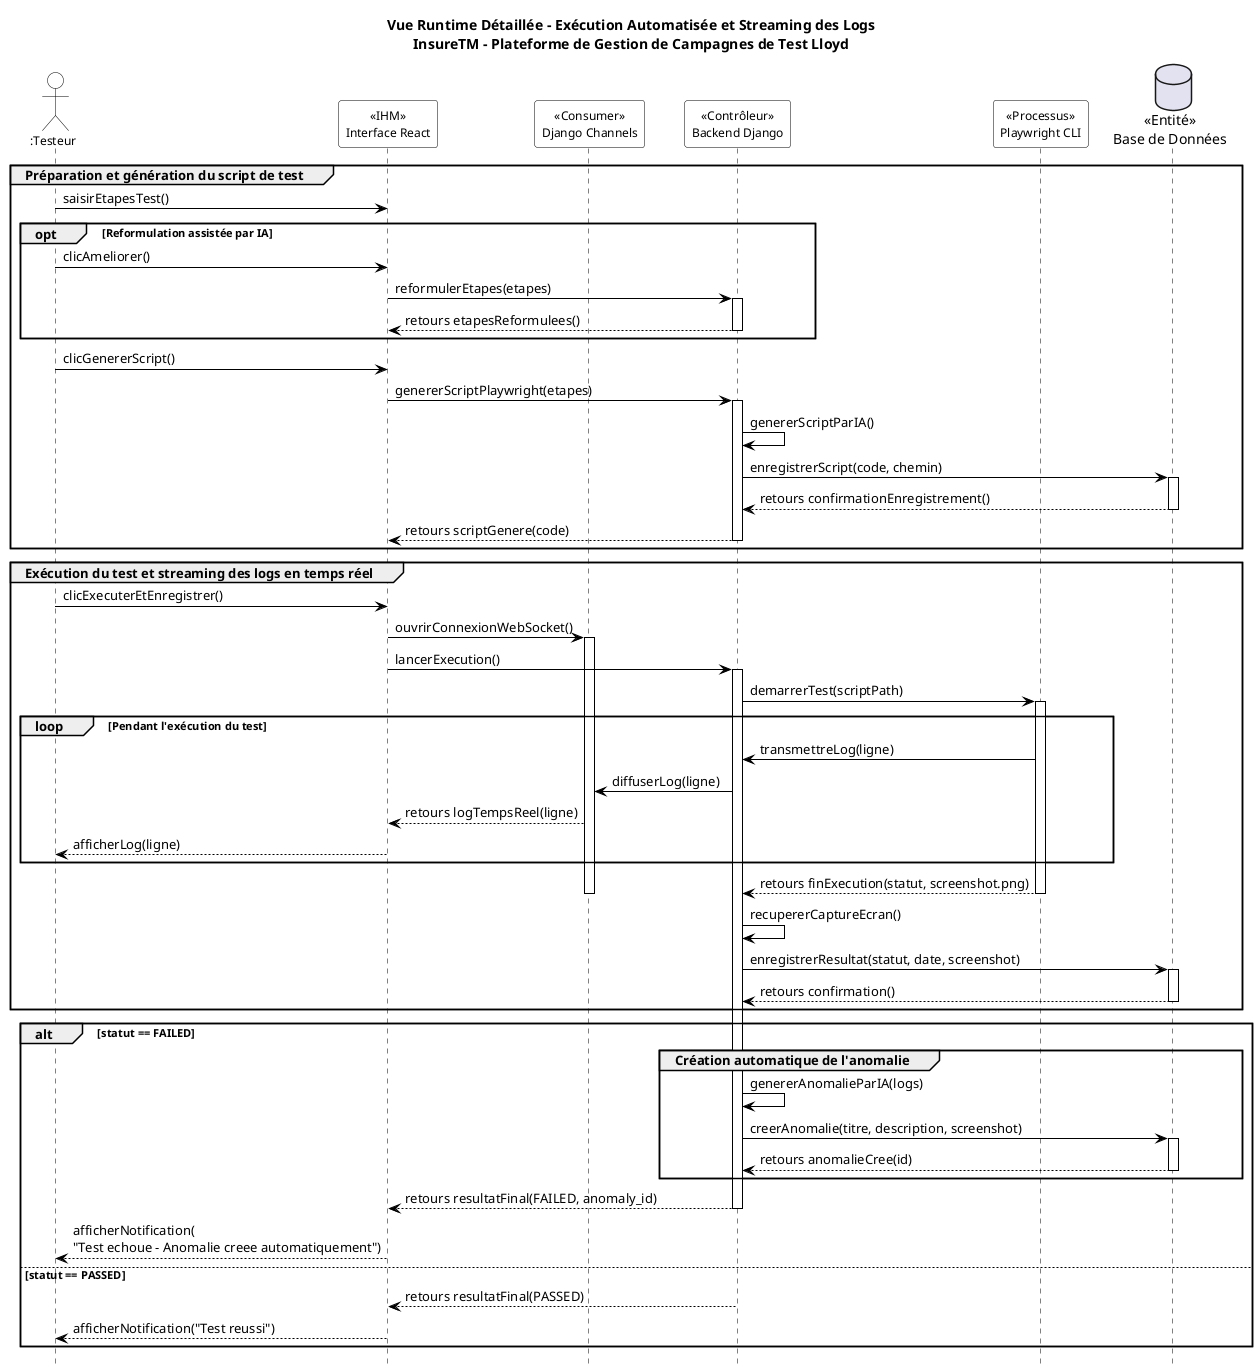
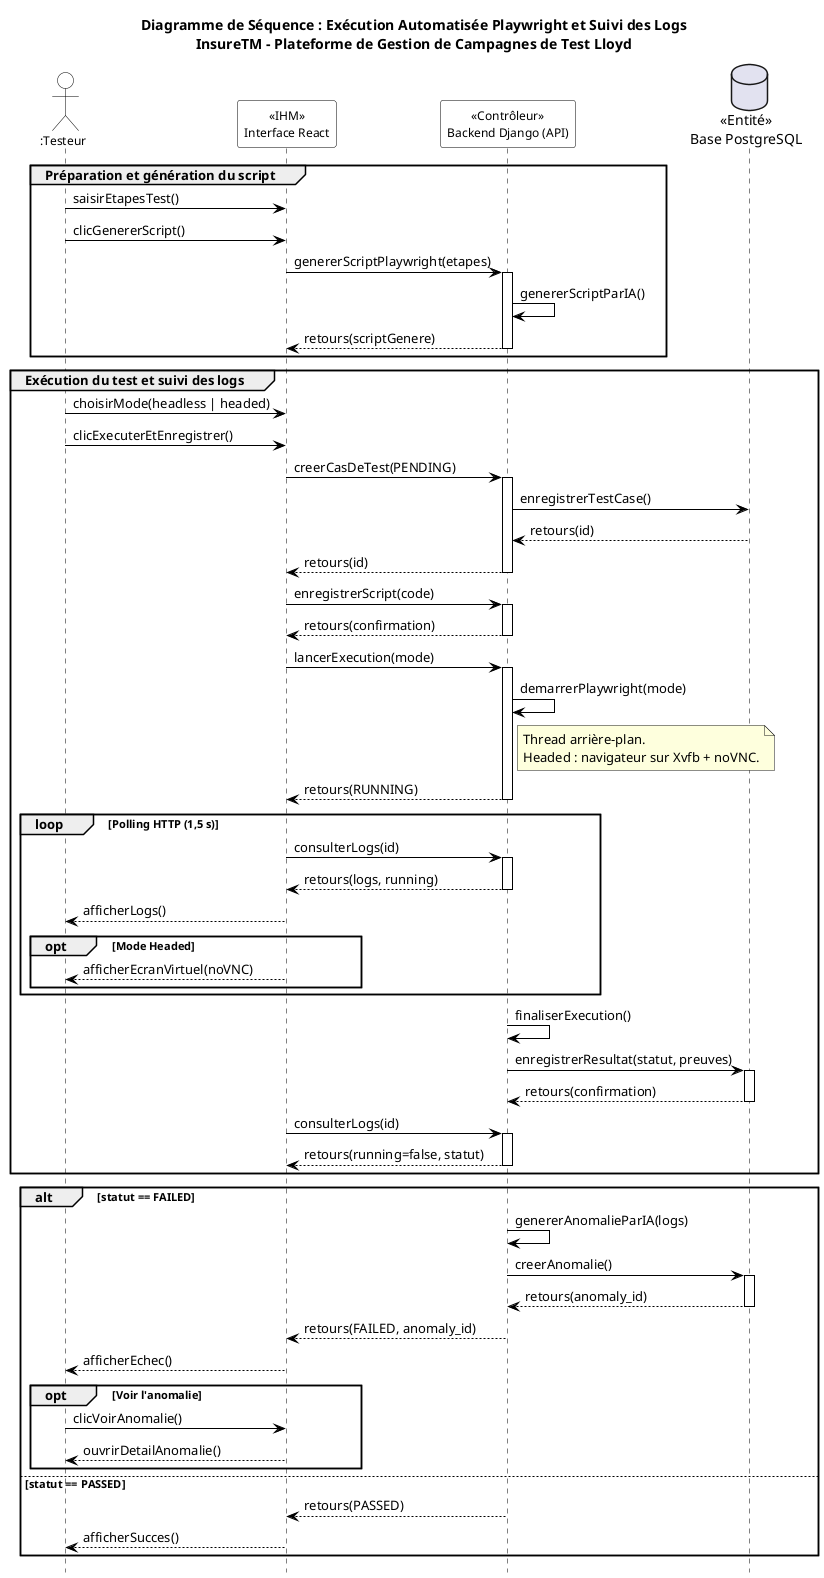
@startuml

- title Vue Runtime Détaillée - Exécution Automatisée et Streaming des Logs\nInsureTM - Plateforme de Gestion de Campagnes de Test Lloyd
+ title Diagramme de Séquence : Exécution Automatisée Playwright et Suivi des Logs\nInsureTM - Plateforme de Gestion de Campagnes de Test Lloyd

skinparam Shadowing false
hide footbox
skinparam ParticipantPadding 15

skinparam sequence {
    ArrowColor #000000
    ActorBorderColor #000000
    LifeLineBorderColor #000000
    LifeLineBackgroundColor #FFFFFF
    ParticipantBorderColor #000000
    ParticipantBackgroundColor #FFFFFF
    ParticipantFontName Helvetica
    ParticipantFontSize 12
    ParticipantFontColor #000000
    ActorBackgroundColor #FFFFFF
    ActorFontName Helvetica
    ActorFontSize 12
    ActorFontColor #000000
    NoteBackgroundColor #FFFFCC
    NoteBorderColor #999999
}

actor ":Testeur" as Tester
- participant "«IHM»\nInterface React" as Frontend
- participant "«Consumer»\nDjango Channels" as Consumer
- participant "«Contrôleur»\nBackend Django" as Backend
- participant "«Processus»\nPlaywright CLI" as Playwright
- database "«Entité»\nBase de Données" as DB
+ participant "«IHM»\nInterface React" as Front
+ participant "«Contrôleur»\nBackend Django (API)" as Back
+ database "«Entité»\nBase PostgreSQL" as DB

- group Préparation et génération du script de test
+ group Préparation et génération du script

-     Tester -> Frontend: saisirEtapesTest()
- 
-     opt Reformulation assistée par IA
-         Tester -> Frontend: clicAmeliorer()
-         Frontend -> Backend: reformulerEtapes(etapes)
-         activate Backend
-         Backend --> Frontend: retours etapesReformulees()
-         deactivate Backend
-     end
- 
-     Tester -> Frontend: clicGenererScript()
-     Frontend -> Backend: genererScriptPlaywright(etapes)
-     activate Backend
-     Backend -> Backend: genererScriptParIA()
-     Backend -> DB: enregistrerScript(code, chemin)
-     activate DB
-     DB --> Backend: retours confirmationEnregistrement()
-     deactivate DB
-     Backend --> Frontend: retours scriptGenere(code)
-     deactivate Backend
+     Tester -> Front : saisirEtapesTest()
+     Tester -> Front : clicGenererScript()
+     Front -> Back : genererScriptPlaywright(etapes)
+     activate Back
+     Back -> Back : genererScriptParIA()
+     Back --> Front : retours(scriptGenere)
+     deactivate Back

end

- group Exécution du test et streaming des logs en temps réel
+ group Exécution du test et suivi des logs

-     Tester -> Frontend: clicExecuterEtEnregistrer()
-     Frontend -> Consumer: ouvrirConnexionWebSocket()
-     activate Consumer
-     Frontend -> Backend: lancerExecution()
-     activate Backend
-     Backend -> Playwright: demarrerTest(scriptPath)
-     activate Playwright
+     Tester -> Front : choisirMode(headless | headed)
+     Tester -> Front : clicExecuterEtEnregistrer()

-     loop Pendant l'exécution du test
-         Playwright -> Backend: transmettreLog(ligne)
-         Backend -> Consumer: diffuserLog(ligne)
-         Consumer --> Frontend: retours logTempsReel(ligne)
-         Frontend --> Tester: afficherLog(ligne)
+     Front -> Back : creerCasDeTest(PENDING)
+     activate Back
+     Back -> DB : enregistrerTestCase()
+     DB --> Back : retours(id)
+     Back --> Front : retours(id)
+     deactivate Back
+ 
+     Front -> Back : enregistrerScript(code)
+     activate Back
+     Back --> Front : retours(confirmation)
+     deactivate Back
+ 
+     Front -> Back : lancerExecution(mode)
+     activate Back
+     Back -> Back : demarrerPlaywright(mode)
+     note right of Back
+         Thread arrière-plan.
+         Headed : navigateur sur Xvfb + noVNC.
+     end note
+     Back --> Front : retours(RUNNING)
+     deactivate Back
+ 
+     loop Polling HTTP (1,5 s)
+         Front -> Back : consulterLogs(id)
+         activate Back
+         Back --> Front : retours(logs, running)
+         deactivate Back
+         Front --> Tester : afficherLogs()
+ 
+         opt Mode Headed
+             Front --> Tester : afficherEcranVirtuel(noVNC)
+         end
    end

-     Playwright --> Backend: retours finExecution(statut, screenshot.png)
-     deactivate Playwright
-     deactivate Consumer
+     Back -> Back : finaliserExecution()
+     Back -> DB : enregistrerResultat(statut, preuves)
+     activate DB
+     DB --> Back : retours(confirmation)
+     deactivate DB

-     Backend -> Backend: recupererCaptureEcran()
-     Backend -> DB: enregistrerResultat(statut, date, screenshot)
-     activate DB
-     DB --> Backend: retours confirmation()
-     deactivate DB
+     Front -> Back : consulterLogs(id)
+     activate Back
+     Back --> Front : retours(running=false, statut)
+     deactivate Back

end

alt statut == FAILED

-     group Création automatique de l'anomalie
+     Back -> Back : genererAnomalieParIA(logs)
+     Back -> DB : creerAnomalie()
+     activate DB
+     DB --> Back : retours(anomaly_id)
+     deactivate DB

-         Backend -> Backend: genererAnomalieParIA(logs)
-         Backend -> DB: creerAnomalie(titre, description, screenshot)
-         activate DB
-         DB --> Backend: retours anomalieCree(id)
-         deactivate DB
+     Back --> Front : retours(FAILED, anomaly_id)
+     Front --> Tester : afficherEchec()

+     opt Voir l'anomalie
+         Tester -> Front : clicVoirAnomalie()
+         Front --> Tester : ouvrirDetailAnomalie()
    end
- 
-     Backend --> Frontend: retours resultatFinal(FAILED, anomaly_id)
-     deactivate Backend
-     Frontend --> Tester: afficherNotification(\n"Test echoue - Anomalie creee automatiquement")

else statut == PASSED

-     Backend --> Frontend: retours resultatFinal(PASSED)
-     deactivate Backend
-     Frontend --> Tester: afficherNotification("Test reussi")
+     Back --> Front : retours(PASSED)
+     Front --> Tester : afficherSucces()

end

@enduml
